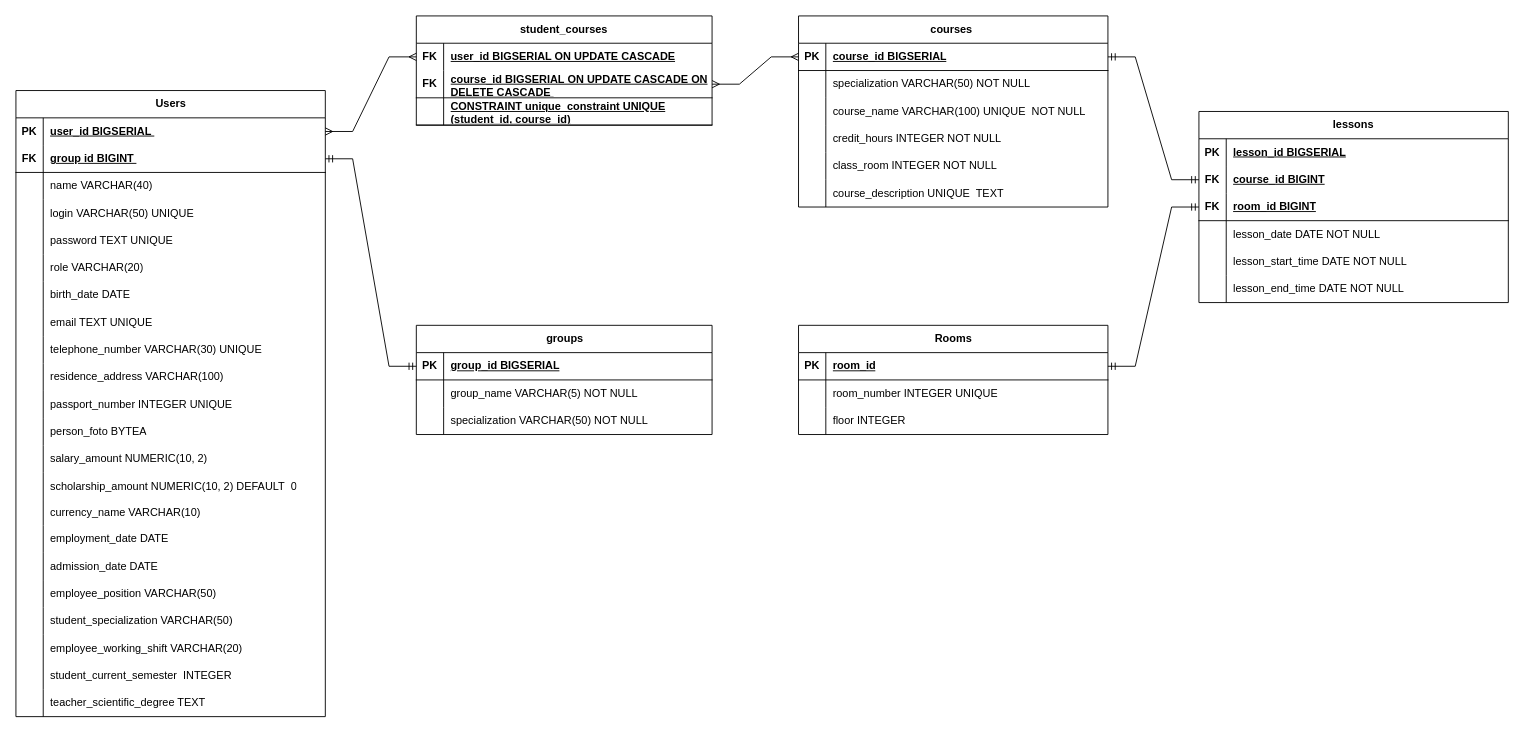
AndreiKurbatov/university-cms-docs keeps this draw.io diagram as database_schema.drawio. Above is the earlier version. Source tidied: cells renumbered, new cells numbered last; positions are measured from the earlier drawing's top-left corner, leaving out a move shared by most shapes. Both pictures are drawn from the tidied source at 91%, with x=0, y=0 at pixel (15, 15).
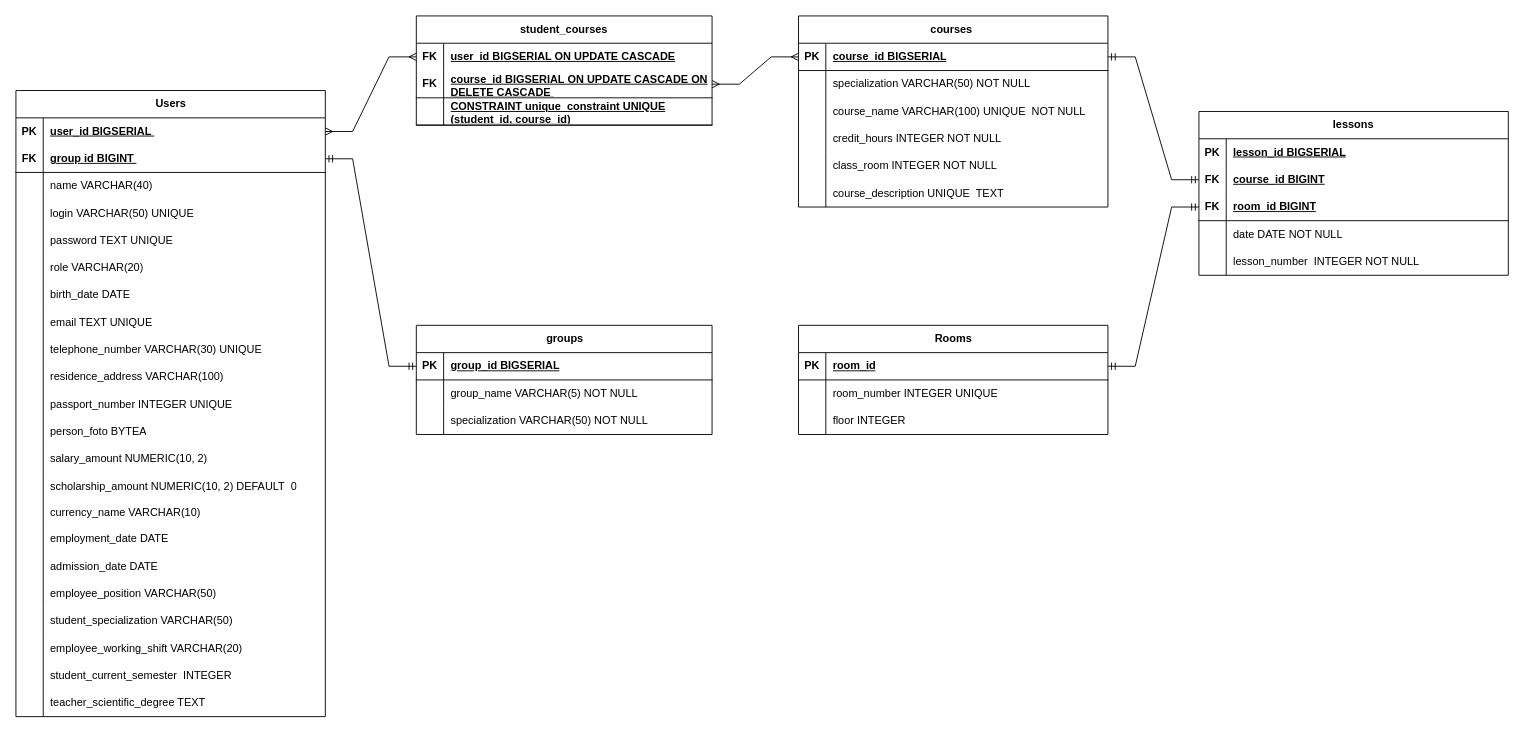
After the change.

Unchanged cells that the change refers to:
```xml
<mxCell id="41" style="shape=tableRow;horizontal=0;startSize=0;swimlaneHead=0;swimlaneBody=0;fillColor=none;top=0;left=0;right=0;bottom=0;html=1;" parent="31" vertex="1">
  <mxGeometry y="120" width="340" height="30" as="geometry" />
</mxCell>
<mxCell id="44" style="shape=tableRow;horizontal=0;startSize=0;swimlaneHead=0;swimlaneBody=0;fillColor=none;top=0;left=0;right=0;bottom=0;html=1;" parent="31" vertex="1">
  <mxGeometry y="150" width="340" height="30" as="geometry" />
</mxCell>
```

The edit, as a diff of the source:
```diff
@@
     <mxCell id="31" value="lessons" style="shape=table;startSize=30;childLayout=tableLayout;rowLines=0;fontStyle=1;align=center;html=1;whiteSpace=wrap;" parent="1" vertex="1">
-      <mxGeometry x="1300" y="105" width="340" height="210" as="geometry" />
+      <mxGeometry x="1300" y="105" width="340" height="180" as="geometry" />
     </mxCell>
@@
-    <mxCell id="43" value="lesson_date DATE NOT NULL" style="shape=partialRectangle;fillColor=none;top=0;left=0;bottom=0;right=0;align=left;spacingLeft=6;overflow=hidden;html=1;whiteSpace=wrap;" parent="41" vertex="1">
+    <mxCell id="43" value="date&amp;nbsp;DATE NOT NULL" style="shape=partialRectangle;fillColor=none;top=0;left=0;bottom=0;right=0;align=left;spacingLeft=6;overflow=hidden;html=1;whiteSpace=wrap;" parent="41" vertex="1">
       <mxGeometry x="30" width="310" height="30" as="geometry" />
     </mxCell>
@@
-    <mxCell id="46" value="lesson_start_time DATE NOT NULL" style="shape=partialRectangle;fillColor=none;top=0;left=0;bottom=0;right=0;align=left;spacingLeft=6;overflow=hidden;html=1;whiteSpace=wrap;" parent="44" vertex="1">
+    <mxCell id="46" value="lesson_number&amp;nbsp; INTEGER NOT NULL" style="shape=partialRectangle;fillColor=none;top=0;left=0;bottom=0;right=0;align=left;spacingLeft=6;overflow=hidden;html=1;whiteSpace=wrap;" parent="44" vertex="1">
       <mxGeometry x="30" width="310" height="30" as="geometry" />
     </mxCell>
-    <mxCell id="47" style="shape=tableRow;horizontal=0;startSize=0;swimlaneHead=0;swimlaneBody=0;fillColor=none;top=0;left=0;right=0;bottom=0;html=1;" parent="31" vertex="1">
-      <mxGeometry y="180" width="340" height="30" as="geometry" />
-    </mxCell>
-    <mxCell id="48" style="shape=partialRectangle;fillColor=none;top=0;left=0;bottom=0;right=0;overflow=hidden;html=1;whiteSpace=wrap;" parent="47" vertex="1">
-      <mxGeometry width="30" height="30" as="geometry" />
-    </mxCell>
-    <mxCell id="49" value="lesson_end_time DATE NOT NULL" style="shape=partialRectangle;fillColor=none;top=0;left=0;bottom=0;right=0;align=left;spacingLeft=6;overflow=hidden;html=1;whiteSpace=wrap;" parent="47" vertex="1">
-      <mxGeometry x="30" width="310" height="30" as="geometry" />
-    </mxCell>
```
